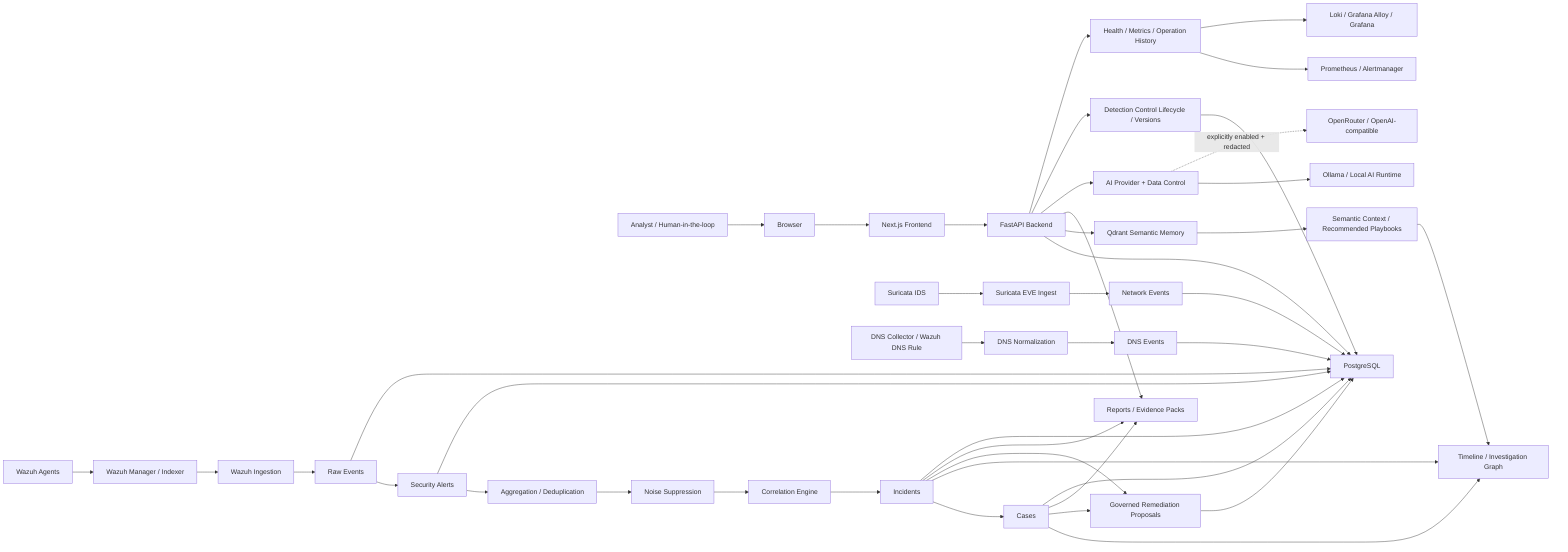
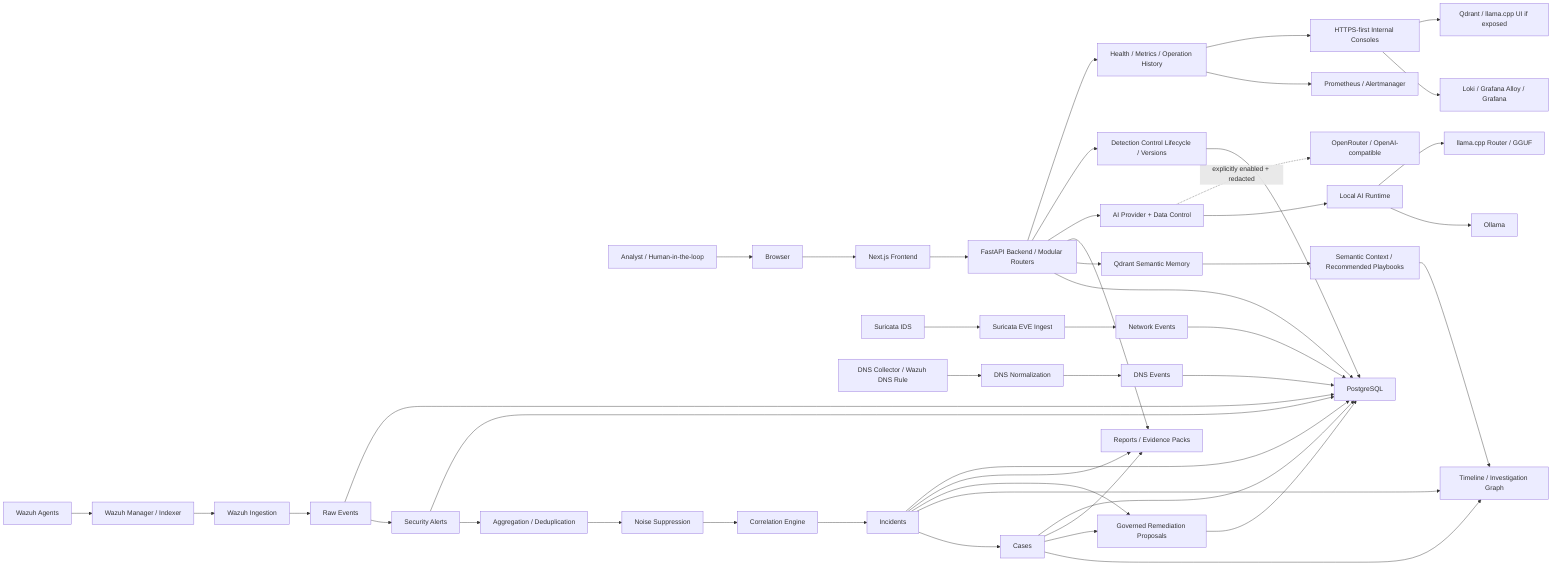
flowchart LR
  analyst["Analyst / Human-in-the-loop"] --> browser["Browser"]
  browser --> frontend["Next.js Frontend"]
-   frontend --> api["FastAPI Backend"]
+   frontend --> api["FastAPI Backend / Modular Routers"]

  api --> postgres["PostgreSQL"]
  api --> qdrant["Qdrant Semantic Memory"]
  api --> reports["Reports / Evidence Packs"]
  api --> provider_policy["AI Provider + Data Control"]
-   provider_policy --> ollama["Ollama / Local AI Runtime"]
+   provider_policy --> local_ai["Local AI Runtime"]
+   local_ai --> ollama["Ollama"]
+   local_ai --> llama_cpp["llama.cpp Router / GGUF"]
  provider_policy -. "explicitly enabled + redacted" .-> external_ai["OpenRouter / OpenAI-compatible"]

  wazuh_agents["Wazuh Agents"] --> wazuh["Wazuh Manager / Indexer"]
  suricata["Suricata IDS"] --> suricata_ingest["Suricata EVE Ingest"]
  dns_collector["DNS Collector / Wazuh DNS Rule"] --> dns_ingest["DNS Normalization"]

  wazuh --> wazuh_ingest["Wazuh Ingestion"]
  wazuh_ingest --> raw_events["Raw Events"]
  suricata_ingest --> network_events["Network Events"]
  dns_ingest --> dns_events["DNS Events"]

  raw_events --> security_alerts["Security Alerts"]
  security_alerts --> aggregation["Aggregation / Deduplication"]
  aggregation --> suppression["Noise Suppression"]
  suppression --> correlation["Correlation Engine"]
  correlation --> incidents["Incidents"]
  incidents --> cases["Cases"]
  incidents --> investigation["Timeline / Investigation Graph"]
  cases --> investigation
  qdrant --> recommendations["Semantic Context / Recommended Playbooks"]
  recommendations --> investigation
  incidents --> remediation["Governed Remediation Proposals"]
  cases --> remediation
  api --> detection_control["Detection Control Lifecycle / Versions"]
  incidents --> reports
  cases --> reports

  raw_events --> postgres
  security_alerts --> postgres
  network_events --> postgres
  dns_events --> postgres
  incidents --> postgres
  cases --> postgres
  remediation --> postgres
  detection_control --> postgres

  api --> observability["Health / Metrics / Operation History"]
  observability --> prometheus["Prometheus / Alertmanager"]
-   observability --> loki["Loki / Grafana Alloy / Grafana"]
+   observability --> consoles["HTTPS-first Internal Consoles"]
+   consoles --> loki["Loki / Grafana Alloy / Grafana"]
+   consoles --> qdrant_console["Qdrant / llama.cpp UI if exposed"]
